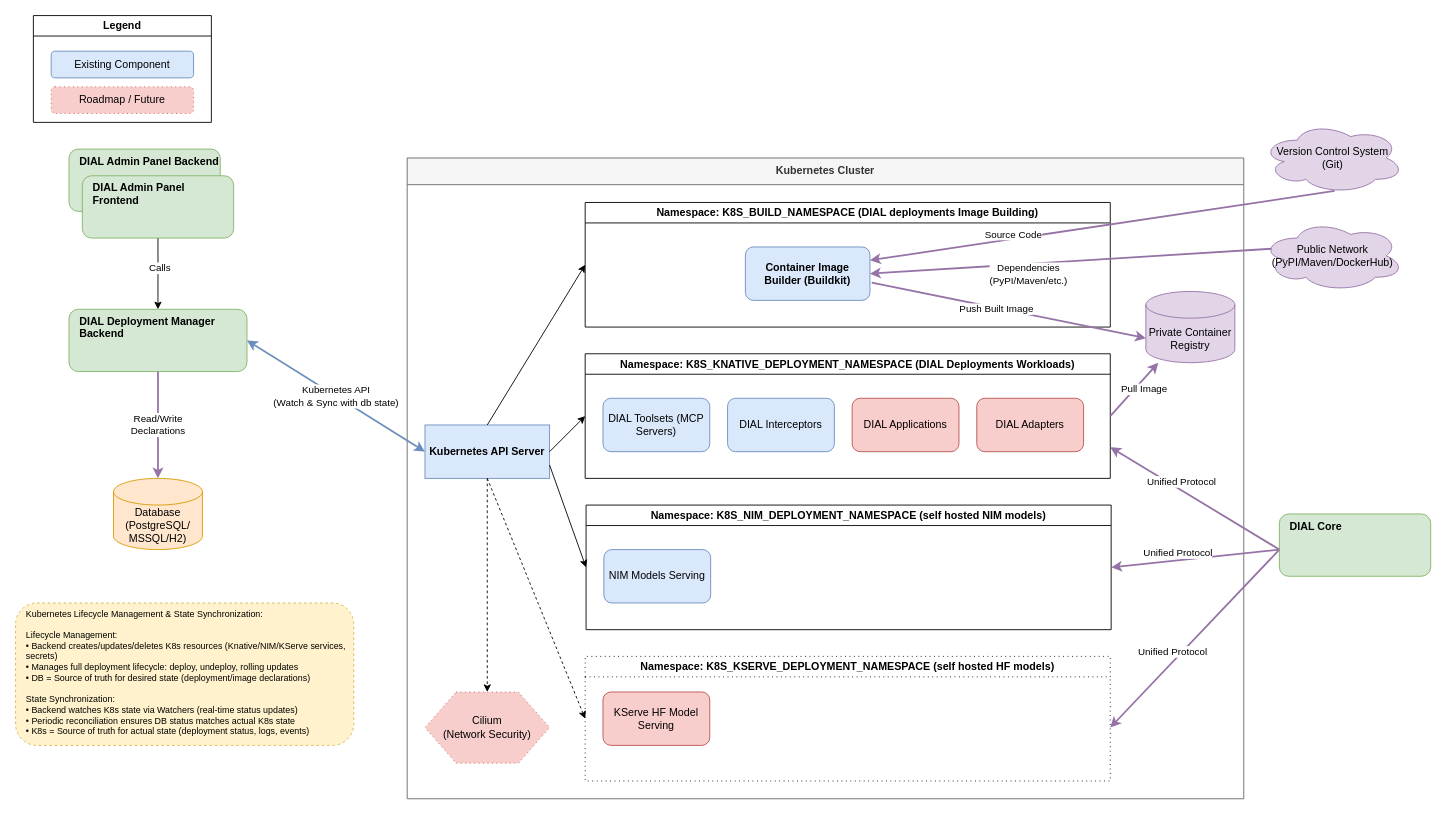
Above: docs/diagramms/infrastructure_component/infrastrucutre-component-diagramm.drawio in epam/ai-dial-admin-deployment-manager-backend (draw.io), before the change. Source tidied: cells renumbered, new cells numbered last; positions are measured from the earlier drawing's top-left corner, leaving out a move shared by most shapes. Both pictures are drawn from the tidied source at 89%, with x=0, y=0 at pixel (15, 15).
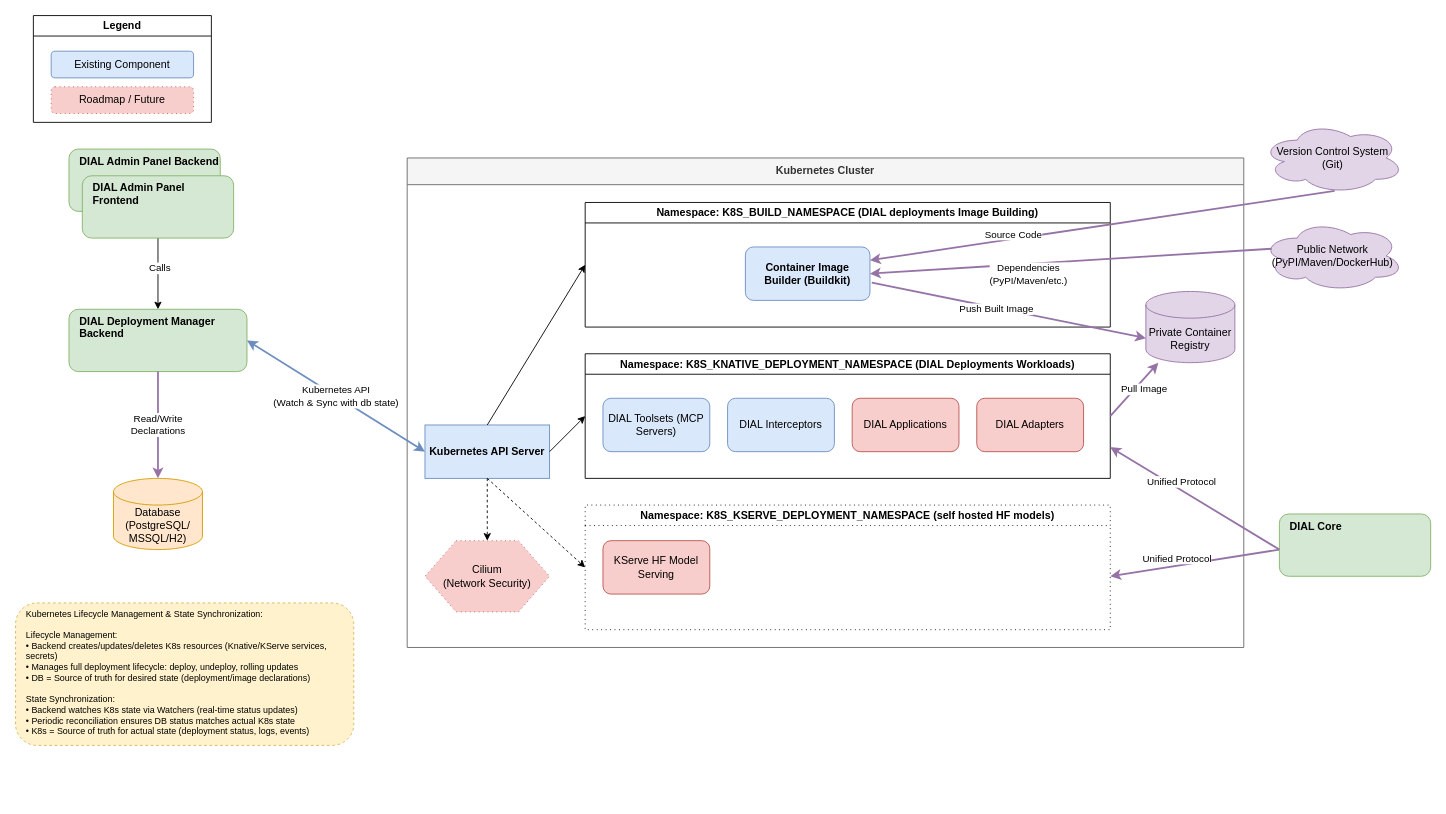
Above is the later version.

The change refers to these unchanged cells:
```xml
<mxCell id="10" value="Kubernetes API Server" style="rounded=0;whiteSpace=wrap;html=1;fillColor=#dae8fc;strokeColor=#6c8ebf;fontStyle=1;" parent="9" vertex="1">
  <mxGeometry x="20" y="300" width="140" height="60" as="geometry" />
</mxCell>
```

What changed in the source:
```diff
@@
     <mxCell id="9" value="Kubernetes Cluster" style="swimlane;whiteSpace=wrap;html=1;startSize=30;fillColor=#f5f5f5;fontColor=#333333;strokeColor=#666666;" parent="1" vertex="1">
-      <mxGeometry x="440" y="160" width="940" height="720" as="geometry" />
+      <mxGeometry x="440" y="160" width="940" height="550" as="geometry" />
     </mxCell>
@@
     <mxCell id="18" value="Namespace: K8S_KSERVE_DEPLOYMENT_NAMESPACE (self hosted HF models)" style="swimlane;whiteSpace=wrap;html=1;dashed=1;dashPattern=1 4;fillColor=#ffffff;strokeColor=#000000;" parent="9" vertex="1">
-      <mxGeometry x="200" y="560" width="590" height="140" as="geometry" />
+      <mxGeometry x="200" y="390" width="590" height="140" as="geometry" />
     </mxCell>
@@
     <mxCell id="20" value="Cilium&#10;(Network Security)" style="shape=hexagon;whiteSpace=wrap;html=1;dashed=1;dashPattern=1 4;fillColor=#f8cecc;strokeColor=#b85450;" parent="9" vertex="1">
-      <mxGeometry x="20" y="600" width="140" height="80" as="geometry" />
+      <mxGeometry x="20" y="430" width="140" height="80" as="geometry" />
     </mxCell>
@@
-    <mxCell id="24" value="Namespace: K8S_NIM_DEPLOYMENT_NAMESPACE (self hosted NIM models)" style="swimlane;whiteSpace=wrap;html=1;fillColor=#ffffff;strokeColor=#000000;" parent="9" vertex="1">
-      <mxGeometry x="201" y="390" width="590" height="140" as="geometry" />
-    </mxCell>
-    <mxCell id="25" value="NIM Models Serving" style="rounded=1;whiteSpace=wrap;html=1;fillColor=#dae8fc;strokeColor=#6c8ebf;" parent="24" vertex="1">
-      <mxGeometry x="20" y="50" width="120" height="60" as="geometry" />
-    </mxCell>
-    <mxCell id="26" style="endArrow=classic;html=1;entryX=0;entryY=0.5;entryDx=0;entryDy=0;exitX=1;exitY=0.75;exitDx=0;exitDy=0;" parent="9" edge="1" source="10" target="24">
-      <mxGeometry relative="1" as="geometry" />
-    </mxCell>
@@
     <mxCell id="28" value="Unified Protocol" style="endArrow=classic;html=1;strokeWidth=2;strokeColor=#9673a6;" parent="9" edge="1">
       <mxGeometry x="0.2" y="-8" relative="1" as="geometry">
         <mxPoint x="980" y="440" as="sourcePoint" />
-        <mxPoint x="790" y="640" as="targetPoint" />
+        <mxPoint x="790" y="470" as="targetPoint" />
       </mxGeometry>
     </mxCell>
@@
-    <mxCell id="31" value="&lt;div&gt;&lt;div&gt;Kubernetes Lifecycle Management &amp;amp; State Synchronization:&lt;/div&gt;&lt;div&gt;&lt;br&gt;&lt;/div&gt;&lt;div&gt;Lifecycle Management:&lt;/div&gt;&lt;div&gt;• Backend creates/updates/deletes K8s resources (Knative/NIM/KServe services, secrets)&lt;/div&gt;&lt;div&gt;• Manages full deployment lifecycle: deploy, undeploy, rolling updates&lt;/div&gt;&lt;div&gt;• DB = Source of truth for desired state (deployment/image declarations)&lt;/div&gt;&lt;div&gt;&lt;br&gt;&lt;/div&gt;&lt;div&gt;State Synchronization:&lt;/div&gt;&lt;div&gt;• Backend watches K8s state via Watchers (real-time status updates)&lt;/div&gt;&lt;div&gt;• Periodic reconciliation ensures DB status matches actual K8s state&lt;/div&gt;&lt;div&gt;• K8s = Source of truth for actual state (deployment status, logs, events)&lt;/div&gt;&lt;/div&gt;" style="rounded=1;whiteSpace=wrap;html=1;fillColor=#fff2cc;strokeColor=#d6b656;fontSize=10;align=left;verticalAlign=top;spacingLeft=10;dashed=1;" parent="1" vertex="1">
+    <mxCell id="31" value="&lt;div&gt;&lt;div&gt;Kubernetes Lifecycle Management &amp;amp; State Synchronization:&lt;/div&gt;&lt;div&gt;&lt;br&gt;&lt;/div&gt;&lt;div&gt;Lifecycle Management:&lt;/div&gt;&lt;div&gt;• Backend creates/updates/deletes K8s resources (Knative/KServe services, secrets)&lt;/div&gt;&lt;div&gt;• Manages full deployment lifecycle: deploy, undeploy, rolling updates&lt;/div&gt;&lt;div&gt;• DB = Source of truth for desired state (deployment/image declarations)&lt;/div&gt;&lt;div&gt;&lt;br&gt;&lt;/div&gt;&lt;div&gt;State Synchronization:&lt;/div&gt;&lt;div&gt;• Backend watches K8s state via Watchers (real-time status updates)&lt;/div&gt;&lt;div&gt;• Periodic reconciliation ensures DB status matches actual K8s state&lt;/div&gt;&lt;div&gt;• K8s = Source of truth for actual state (deployment status, logs, events)&lt;/div&gt;&lt;/div&gt;" style="rounded=1;whiteSpace=wrap;html=1;fillColor=#fff2cc;strokeColor=#d6b656;fontSize=10;align=left;verticalAlign=top;spacingLeft=10;dashed=1;" parent="1" vertex="1">
       <mxGeometry y="660" width="380" height="160" as="geometry" />
     </mxCell>
@@
-    <mxCell id="43" value="Unified Protocol" style="endArrow=classic;html=1;strokeWidth=2;strokeColor=#9673a6;entryX=1;entryY=0.5;entryDx=0;entryDy=0;" parent="1" edge="1" target="24">
-      <mxGeometry x="0.2" y="-8" relative="1" as="geometry">
-        <mxPoint x="1420" y="600" as="sourcePoint" />
-      </mxGeometry>
-    </mxCell>
```
